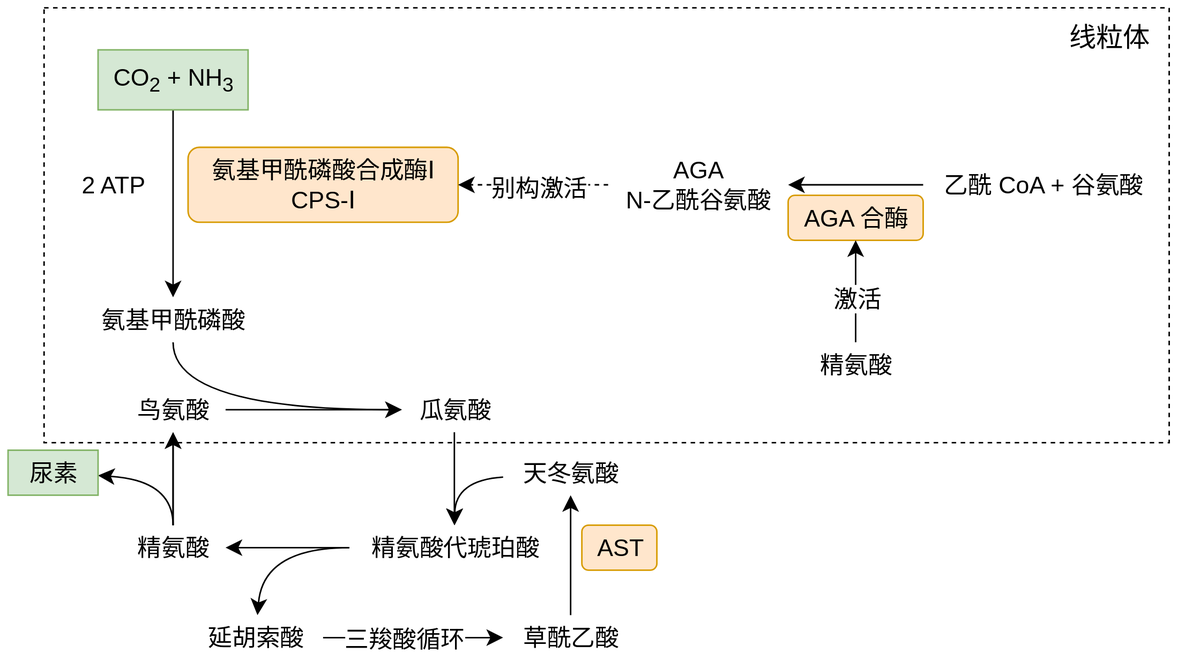
Earlier version of the draw.io export content/series/生物化学与分子生物学/蛋白质消化吸收和氨基酸代谢/鸟氨酸循环.svg (daisilia/daisilia.github.io). Source tidied: cells renumbered, new cells last; positions are measured from the earlier drawing's top-left corner, leaving out a move shared by most shapes.
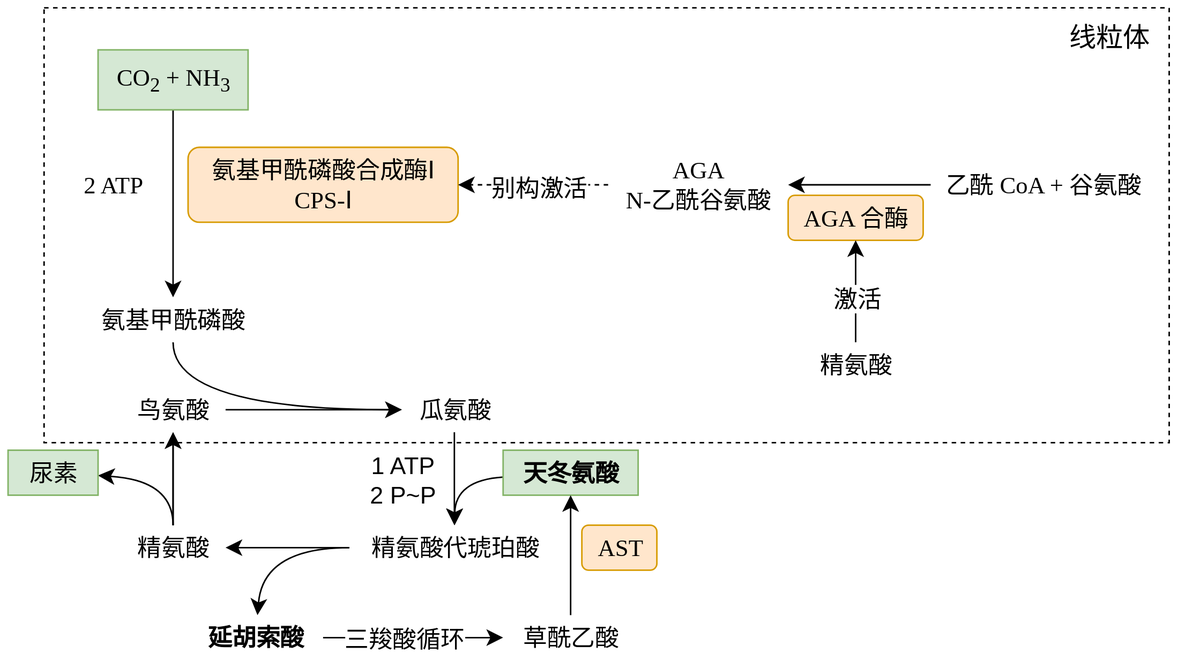
Later version of the same file.

The edit, as a diff of the source:
```diff
@@ -2,136 +2,139 @@
   <root>
     <mxCell id="0" />
     <mxCell id="1" parent="0" />
-    <mxCell id="2" style="rounded=0;whiteSpace=wrap;html=1;fontSize=16;fillColor=none;dashed=1;" parent="1" vertex="1">
+    <mxCell id="2" style="rounded=0;whiteSpace=wrap;html=1;fontSize=16;fillColor=none;dashed=1;fontFamily=var(--font-sans);" parent="1" vertex="1">
       <mxGeometry x="24" width="750" height="290" as="geometry" />
     </mxCell>
-    <mxCell id="3" style="edgeStyle=none;curved=1;rounded=0;jettySize=auto;html=1;fontSize=12;startSize=8;endSize=8;" parent="1" edge="1" source="4" target="6">
+    <mxCell id="3" style="edgeStyle=none;curved=1;rounded=0;jettySize=auto;html=1;fontSize=12;startSize=8;endSize=8;fontFamily=var(--font-sans);" parent="1" edge="1" source="4" target="6">
       <mxGeometry relative="1" as="geometry" />
     </mxCell>
-    <mxCell id="4" value="CO&lt;sub&gt;2&lt;/sub&gt;&amp;nbsp;+ NH&lt;sub&gt;3&lt;/sub&gt;" style="text;html=1;align=center;verticalAlign=middle;points=[];strokeColor=#82b366;fillColor=#d5e8d4;fontSize=16;" parent="1" vertex="1">
+    <mxCell id="4" value="CO&lt;sub&gt;2&lt;/sub&gt;&amp;nbsp;+ NH&lt;sub&gt;3&lt;/sub&gt;" style="text;html=1;align=center;verticalAlign=middle;points=[];strokeColor=#82b366;fillColor=#d5e8d4;fontSize=16;fontFamily=var(--font-sans);" parent="1" vertex="1">
       <mxGeometry x="60" y="28" width="100" height="40" as="geometry" />
     </mxCell>
-    <mxCell id="5" style="edgeStyle=none;curved=1;rounded=0;jettySize=auto;html=1;fontSize=12;startSize=8;endSize=8;" parent="1" edge="1" source="6" target="11">
+    <mxCell id="5" style="edgeStyle=none;curved=1;rounded=0;jettySize=auto;html=1;fontSize=12;startSize=8;endSize=8;fontFamily=var(--font-sans);" parent="1" edge="1" source="6" target="11">
       <mxGeometry relative="1" as="geometry">
         <Array as="points">
           <mxPoint x="110" y="268" />
         </Array>
       </mxGeometry>
     </mxCell>
-    <mxCell id="6" value="氨基甲酰磷酸" style="text;html=1;align=center;verticalAlign=middle;points=[];strokeColor=none;fillColor=none;fontSize=16;" parent="1" vertex="1">
+    <mxCell id="6" value="氨基甲酰磷酸" style="text;html=1;align=center;verticalAlign=middle;points=[];strokeColor=none;fillColor=none;fontSize=16;fontFamily=var(--font-sans);" parent="1" vertex="1">
       <mxGeometry x="50" y="193" width="120" height="30" as="geometry" />
     </mxCell>
-    <mxCell id="7" value="2 ATP" style="text;html=1;align=center;verticalAlign=middle;strokeColor=none;fillColor=none;fontSize=16;" parent="1" vertex="1">
-      <mxGeometry x="35" y="103" width="70" height="30" as="geometry" />
+    <mxCell id="7" value="2 ATP" style="text;html=1;align=center;verticalAlign=middle;strokeColor=none;fillColor=none;fontSize=16;fontFamily=var(--font-sans);" parent="1" vertex="1">
+      <mxGeometry x="40" y="103" width="60" height="30" as="geometry" />
     </mxCell>
-    <mxCell id="8" value="氨基甲酰磷酸合成酶Ⅰ&lt;br&gt;CPS-Ⅰ" style="text;html=1;align=center;verticalAlign=middle;points=[];strokeColor=#d79b00;fillColor=#ffe6cc;fontSize=16;rounded=1;" parent="1" vertex="1">
+    <mxCell id="8" value="氨基甲酰磷酸合成酶Ⅰ&lt;br&gt;CPS-Ⅰ" style="text;html=1;align=center;verticalAlign=middle;points=[];strokeColor=#d79b00;fillColor=#ffe6cc;fontSize=16;rounded=1;fontFamily=var(--font-sans);" parent="1" vertex="1">
       <mxGeometry x="120" y="93" width="180" height="50" as="geometry" />
     </mxCell>
-    <mxCell id="9" style="edgeStyle=none;curved=1;rounded=0;jettySize=auto;html=1;fontSize=12;startSize=8;endSize=8;" parent="1" edge="1" source="31" target="11">
+    <mxCell id="9" style="edgeStyle=none;curved=1;rounded=0;jettySize=auto;html=1;fontSize=12;startSize=8;endSize=8;fontFamily=var(--font-sans);" parent="1" edge="1" source="31" target="11">
       <mxGeometry relative="1" as="geometry" />
     </mxCell>
-    <mxCell id="10" style="edgeStyle=none;curved=1;rounded=0;jettySize=auto;html=1;fontSize=12;startSize=8;endSize=8;" parent="1" edge="1" source="11" target="14">
+    <mxCell id="10" style="edgeStyle=none;curved=1;rounded=0;jettySize=auto;html=1;fontSize=12;startSize=8;endSize=8;fontFamily=var(--font-sans);" parent="1" edge="1" source="11" target="14">
       <mxGeometry relative="1" as="geometry" />
     </mxCell>
-    <mxCell id="11" value="瓜氨酸" style="text;html=1;align=center;verticalAlign=middle;points=[];strokeColor=none;fillColor=none;fontSize=16;" parent="1" vertex="1">
+    <mxCell id="11" value="瓜氨酸" style="text;html=1;align=center;verticalAlign=middle;points=[];strokeColor=none;fillColor=none;fontSize=16;fontFamily=var(--font-sans);" parent="1" vertex="1">
       <mxGeometry x="262.5" y="253" width="70" height="30" as="geometry" />
     </mxCell>
-    <mxCell id="12" style="edgeStyle=none;curved=1;rounded=0;jettySize=auto;html=1;fontSize=12;startSize=8;endSize=8;" parent="1" edge="1" source="14" target="19">
+    <mxCell id="12" style="edgeStyle=none;curved=1;rounded=0;jettySize=auto;html=1;fontSize=12;startSize=8;endSize=8;fontFamily=var(--font-sans);" parent="1" edge="1" source="14" target="19">
       <mxGeometry relative="1" as="geometry" />
     </mxCell>
-    <mxCell id="13" style="edgeStyle=none;curved=1;rounded=0;jettySize=auto;html=1;fontSize=12;startSize=8;endSize=8;" parent="1" edge="1" source="14" target="29">
+    <mxCell id="13" style="edgeStyle=none;curved=1;rounded=0;jettySize=auto;html=1;fontSize=12;startSize=8;endSize=8;fontFamily=var(--font-sans);" parent="1" edge="1" source="14" target="29">
       <mxGeometry relative="1" as="geometry">
         <Array as="points">
           <mxPoint x="170" y="360" />
         </Array>
       </mxGeometry>
     </mxCell>
-    <mxCell id="14" value="精氨酸代琥珀酸" style="text;html=1;align=center;verticalAlign=middle;points=[];strokeColor=none;fillColor=none;fontSize=16;" parent="1" vertex="1">
+    <mxCell id="14" value="精氨酸代琥珀酸" style="text;html=1;align=center;verticalAlign=middle;points=[];strokeColor=none;fillColor=none;fontSize=16;fontFamily=var(--font-sans);" parent="1" vertex="1">
       <mxGeometry x="227.5" y="345" width="140" height="30" as="geometry" />
     </mxCell>
-    <mxCell id="15" style="edgeStyle=none;curved=1;rounded=0;jettySize=auto;html=1;fontSize=12;startSize=8;endSize=8;" parent="1" edge="1" source="16" target="14">
+    <mxCell id="15" style="edgeStyle=none;curved=1;rounded=0;jettySize=auto;html=1;fontSize=12;startSize=8;endSize=8;fontFamily=var(--font-sans);" parent="1" edge="1" source="16" target="14">
       <mxGeometry relative="1" as="geometry">
         <Array as="points">
           <mxPoint x="298" y="315" />
         </Array>
       </mxGeometry>
     </mxCell>
-    <mxCell id="16" value="天冬氨酸" style="text;html=1;align=center;verticalAlign=middle;points=[];strokeColor=none;fillColor=none;fontSize=16;" parent="1" vertex="1">
+    <mxCell id="16" value="天冬氨酸" style="text;html=1;align=center;verticalAlign=middle;points=[];strokeColor=#82b366;fillColor=#d5e8d4;fontSize=16;fontStyle=1;fontFamily=var(--font-sans);" parent="1" vertex="1">
       <mxGeometry x="330" y="295" width="90" height="30" as="geometry" />
     </mxCell>
-    <mxCell id="17" style="edgeStyle=none;curved=1;rounded=0;jettySize=auto;html=1;fontSize=12;startSize=8;endSize=8;" parent="1" edge="1" source="19" target="31">
+    <mxCell id="17" style="edgeStyle=none;curved=1;rounded=0;jettySize=auto;html=1;fontSize=12;startSize=8;endSize=8;fontFamily=var(--font-sans);" parent="1" edge="1" source="19" target="31">
       <mxGeometry relative="1" as="geometry" />
     </mxCell>
-    <mxCell id="18" style="edgeStyle=none;curved=1;rounded=0;jettySize=auto;html=1;fontSize=12;startSize=8;endSize=8;" parent="1" edge="1" source="19" target="20">
+    <mxCell id="18" style="edgeStyle=none;curved=1;rounded=0;jettySize=auto;html=1;fontSize=12;startSize=8;endSize=8;fontFamily=var(--font-sans);" parent="1" edge="1" source="19" target="20">
       <mxGeometry relative="1" as="geometry">
         <Array as="points">
           <mxPoint x="110" y="315" />
         </Array>
       </mxGeometry>
     </mxCell>
-    <mxCell id="19" value="精氨酸" style="text;html=1;align=center;verticalAlign=middle;points=[];strokeColor=none;fillColor=none;fontSize=16;" parent="1" vertex="1">
+    <mxCell id="19" value="精氨酸" style="text;html=1;align=center;verticalAlign=middle;points=[];strokeColor=none;fillColor=none;fontSize=16;fontFamily=var(--font-sans);" parent="1" vertex="1">
       <mxGeometry x="75" y="345" width="70" height="30" as="geometry" />
     </mxCell>
-    <mxCell id="20" value="尿素" style="text;html=1;align=center;verticalAlign=middle;points=[];strokeColor=#82b366;fillColor=#d5e8d4;fontSize=16;" parent="1" vertex="1">
+    <mxCell id="20" value="尿素" style="text;html=1;align=center;verticalAlign=middle;points=[];strokeColor=#82b366;fillColor=#d5e8d4;fontSize=16;fontFamily=var(--font-sans);" parent="1" vertex="1">
       <mxGeometry y="295" width="60" height="30" as="geometry" />
     </mxCell>
-    <mxCell id="21" style="edgeStyle=none;curved=1;rounded=0;jettySize=auto;html=1;fontSize=12;startSize=8;endSize=8;dashed=1;" parent="1" edge="1" source="23" target="8">
+    <mxCell id="21" style="edgeStyle=none;curved=1;rounded=0;jettySize=auto;html=1;fontSize=12;startSize=8;endSize=8;dashed=1;fontFamily=var(--font-sans);" parent="1" edge="1" source="23" target="8">
       <mxGeometry relative="1" as="geometry" />
     </mxCell>
-    <mxCell id="22" value="别构激活" style="edgeLabel;html=1;align=center;verticalAlign=middle;fontSize=16;" parent="21" vertex="1">
+    <mxCell id="22" value="别构激活" style="edgeLabel;html=1;align=center;verticalAlign=middle;fontSize=16;fontFamily=var(--font-sans);" parent="21" vertex="1">
       <mxGeometry x="-0.07" y="1" relative="1" as="geometry" />
     </mxCell>
-    <mxCell id="23" value="AGA&lt;br&gt;N-乙酰谷氨酸" style="text;html=1;align=center;verticalAlign=middle;points=[];strokeColor=none;fillColor=none;fontSize=16;" parent="1" vertex="1">
+    <mxCell id="23" value="AGA&lt;br&gt;N-乙酰谷氨酸" style="text;html=1;align=center;verticalAlign=middle;points=[];strokeColor=none;fillColor=none;fontSize=16;fontFamily=var(--font-sans);" parent="1" vertex="1">
       <mxGeometry x="400" y="93" width="120" height="50" as="geometry" />
     </mxCell>
-    <mxCell id="24" style="edgeStyle=none;curved=1;rounded=0;jettySize=auto;html=1;fontSize=12;startSize=8;endSize=8;" parent="1" edge="1" source="25" target="23">
+    <mxCell id="24" style="edgeStyle=none;curved=1;rounded=0;jettySize=auto;html=1;fontSize=12;startSize=8;endSize=8;fontFamily=var(--font-sans);" parent="1" edge="1" source="25" target="23">
       <mxGeometry relative="1" as="geometry" />
     </mxCell>
-    <mxCell id="25" value="乙酰 CoA + 谷氨酸" style="text;html=1;align=center;verticalAlign=middle;points=[];strokeColor=none;fillColor=none;fontSize=16;" parent="1" vertex="1">
-      <mxGeometry x="610" y="103" width="160" height="30" as="geometry" />
+    <mxCell id="25" value="乙酰 CoA + 谷氨酸" style="text;html=1;align=center;verticalAlign=middle;points=[];strokeColor=none;fillColor=none;fontSize=16;fontFamily=var(--font-sans);" parent="1" vertex="1">
+      <mxGeometry x="615" y="103" width="150" height="30" as="geometry" />
     </mxCell>
-    <mxCell id="26" value="AGA 合酶" style="text;html=1;align=center;verticalAlign=middle;points=[];strokeColor=#d79b00;fillColor=#ffe6cc;fontSize=16;rounded=1;" parent="1" vertex="1">
+    <mxCell id="26" value="AGA 合酶" style="text;html=1;align=center;verticalAlign=middle;points=[];strokeColor=#d79b00;fillColor=#ffe6cc;fontSize=16;rounded=1;fontFamily=var(--font-sans);" parent="1" vertex="1">
       <mxGeometry x="520" y="125" width="90" height="30" as="geometry" />
     </mxCell>
-    <mxCell id="27" style="edgeStyle=none;curved=1;rounded=0;jettySize=auto;html=1;fontSize=12;startSize=8;endSize=8;" parent="1" edge="1" source="29" target="33">
+    <mxCell id="27" style="edgeStyle=none;curved=1;rounded=0;jettySize=auto;html=1;fontSize=12;startSize=8;endSize=8;fontFamily=var(--font-sans);" parent="1" edge="1" source="29" target="33">
       <mxGeometry relative="1" as="geometry" />
     </mxCell>
-    <mxCell id="28" value="三羧酸循环" style="edgeLabel;html=1;align=center;verticalAlign=middle;fontSize=16;" parent="27" vertex="1">
+    <mxCell id="28" value="三羧酸循环" style="edgeLabel;html=1;align=center;verticalAlign=middle;fontSize=16;fontFamily=var(--font-sans);" parent="27" vertex="1">
       <mxGeometry x="-0.12" y="-2" relative="1" as="geometry">
         <mxPoint y="-2" as="offset" />
       </mxGeometry>
     </mxCell>
-    <mxCell id="29" value="延胡索酸" style="text;html=1;align=center;verticalAlign=middle;points=[];strokeColor=none;fillColor=none;fontSize=16;" parent="1" vertex="1">
+    <mxCell id="29" value="延胡索酸" style="text;html=1;align=center;verticalAlign=middle;points=[];strokeColor=none;fillColor=none;fontSize=16;fontStyle=1;fontFamily=var(--font-sans);" parent="1" vertex="1">
       <mxGeometry x="120" y="405" width="90" height="30" as="geometry" />
     </mxCell>
-    <mxCell id="30" style="edgeStyle=none;curved=1;rounded=0;jettySize=auto;html=1;fontSize=12;startSize=8;endSize=8;" parent="1" edge="1" source="19" target="31">
+    <mxCell id="30" style="edgeStyle=none;curved=1;rounded=0;jettySize=auto;html=1;fontSize=12;startSize=8;endSize=8;fontFamily=var(--font-sans);" parent="1" edge="1" source="19" target="31">
       <mxGeometry relative="1" as="geometry" />
     </mxCell>
-    <mxCell id="31" value="鸟氨酸" style="text;html=1;align=center;verticalAlign=middle;points=[];strokeColor=none;fillColor=none;fontSize=16;" parent="1" vertex="1">
+    <mxCell id="31" value="鸟氨酸" style="text;html=1;align=center;verticalAlign=middle;points=[];strokeColor=none;fillColor=none;fontSize=16;fontFamily=var(--font-sans);" parent="1" vertex="1">
       <mxGeometry x="75" y="253" width="70" height="30" as="geometry" />
     </mxCell>
-    <mxCell id="32" style="edgeStyle=none;curved=1;rounded=0;jettySize=auto;html=1;fontSize=12;startSize=8;endSize=8;" parent="1" edge="1" source="33" target="16">
+    <mxCell id="32" style="edgeStyle=none;curved=1;rounded=0;jettySize=auto;html=1;fontSize=12;startSize=8;endSize=8;fontFamily=var(--font-sans);" parent="1" edge="1" source="33" target="16">
       <mxGeometry relative="1" as="geometry" />
     </mxCell>
-    <mxCell id="33" value="草酰乙酸" style="text;html=1;align=center;verticalAlign=middle;points=[];strokeColor=none;fillColor=none;fontSize=16;" parent="1" vertex="1">
+    <mxCell id="33" value="草酰乙酸" style="text;html=1;align=center;verticalAlign=middle;points=[];strokeColor=none;fillColor=none;fontSize=16;fontFamily=var(--font-sans);" parent="1" vertex="1">
       <mxGeometry x="330" y="405" width="90" height="30" as="geometry" />
     </mxCell>
-    <mxCell id="34" value="AST" style="text;html=1;align=center;verticalAlign=middle;strokeColor=#d79b00;fillColor=#ffe6cc;fontSize=16;rounded=1;" parent="1" vertex="1">
+    <mxCell id="34" value="AST" style="text;html=1;align=center;verticalAlign=middle;strokeColor=#d79b00;fillColor=#ffe6cc;fontSize=16;rounded=1;fontFamily=var(--font-sans);" parent="1" vertex="1">
       <mxGeometry x="382.5" y="345" width="50" height="30" as="geometry" />
     </mxCell>
-    <mxCell id="35" style="edgeStyle=none;curved=1;rounded=0;jettySize=auto;html=1;fontSize=12;startSize=8;endSize=8;" parent="1" edge="1" source="37" target="26">
+    <mxCell id="35" style="edgeStyle=none;curved=1;rounded=0;jettySize=auto;html=1;fontSize=12;startSize=8;endSize=8;fontFamily=var(--font-sans);" parent="1" edge="1" source="37" target="26">
       <mxGeometry relative="1" as="geometry" />
     </mxCell>
-    <mxCell id="36" value="激活" style="edgeLabel;html=1;align=center;verticalAlign=middle;fontSize=16;" parent="35" vertex="1">
+    <mxCell id="36" value="激活" style="edgeLabel;html=1;align=center;verticalAlign=middle;fontSize=16;fontFamily=var(--font-sans);" parent="35" vertex="1">
       <mxGeometry x="0.05" relative="1" as="geometry">
         <mxPoint y="6" as="offset" />
       </mxGeometry>
     </mxCell>
-    <mxCell id="37" value="精氨酸" style="text;html=1;align=center;verticalAlign=middle;points=[];strokeColor=none;fillColor=none;fontSize=16;" parent="1" vertex="1">
+    <mxCell id="37" value="精氨酸" style="text;html=1;align=center;verticalAlign=middle;points=[];strokeColor=none;fillColor=none;fontSize=16;fontFamily=var(--font-sans);" parent="1" vertex="1">
       <mxGeometry x="530" y="223" width="70" height="30" as="geometry" />
     </mxCell>
-    <mxCell id="38" value="&lt;font style=&quot;font-size: 18px;&quot;&gt;线粒体&lt;/font&gt;" style="text;html=1;align=center;verticalAlign=middle;strokeColor=none;fillColor=none;fontSize=16;" parent="1" vertex="1">
+    <mxCell id="38" value="&lt;font style=&quot;font-size: 18px;&quot;&gt;线粒体&lt;/font&gt;" style="text;html=1;align=center;verticalAlign=middle;strokeColor=none;fillColor=none;fontSize=16;fontFamily=var(--font-sans);" parent="1" vertex="1">
       <mxGeometry x="694" width="80" height="40" as="geometry" />
     </mxCell>
+    <mxCell id="39" value="1 ATP&lt;br&gt;2 P~P" style="text;html=1;align=center;verticalAlign=middle;strokeColor=none;fillColor=none;fontSize=16;" parent="1" vertex="1">
+      <mxGeometry x="227.5" y="290" width="70" height="50" as="geometry" />
+    </mxCell>
   </root>
 </mxGraphModel>
```
